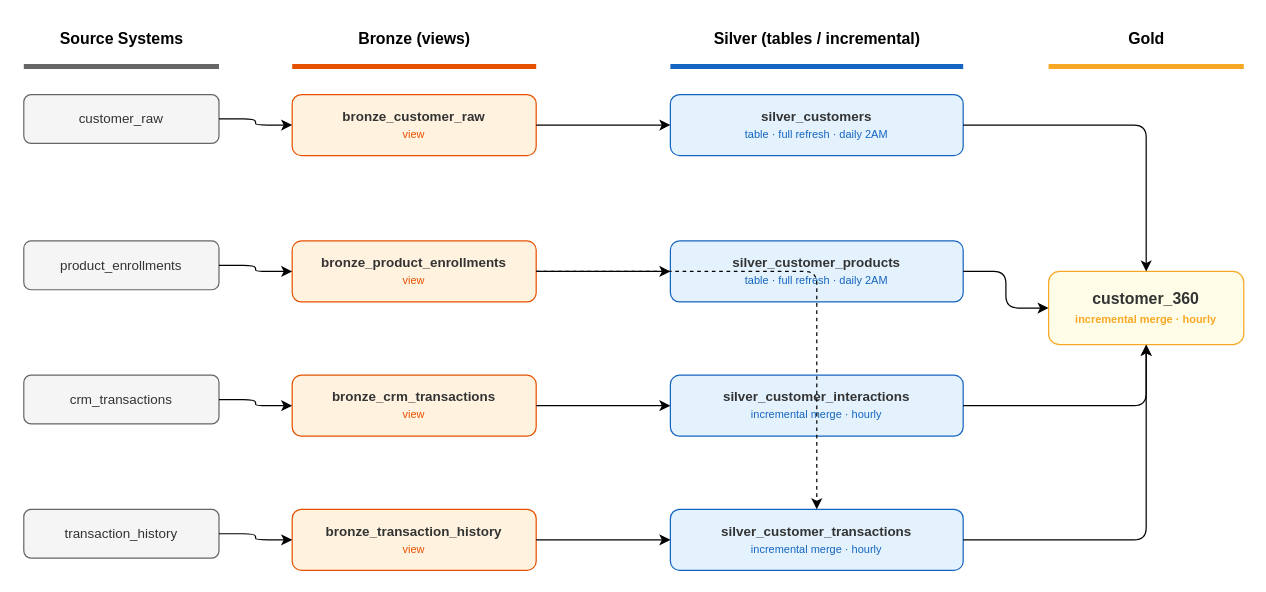
Before: docs/data_lineage.drawio in thanhbui221/tymex, a draw.io diagram. Source tidied: cells renumbered, new cells numbered last; positions are measured from the earlier drawing's top-left corner, leaving out a move shared by most shapes. Both pictures are drawn from the tidied source at 122%, with x=0, y=0 at pixel (23, 21).
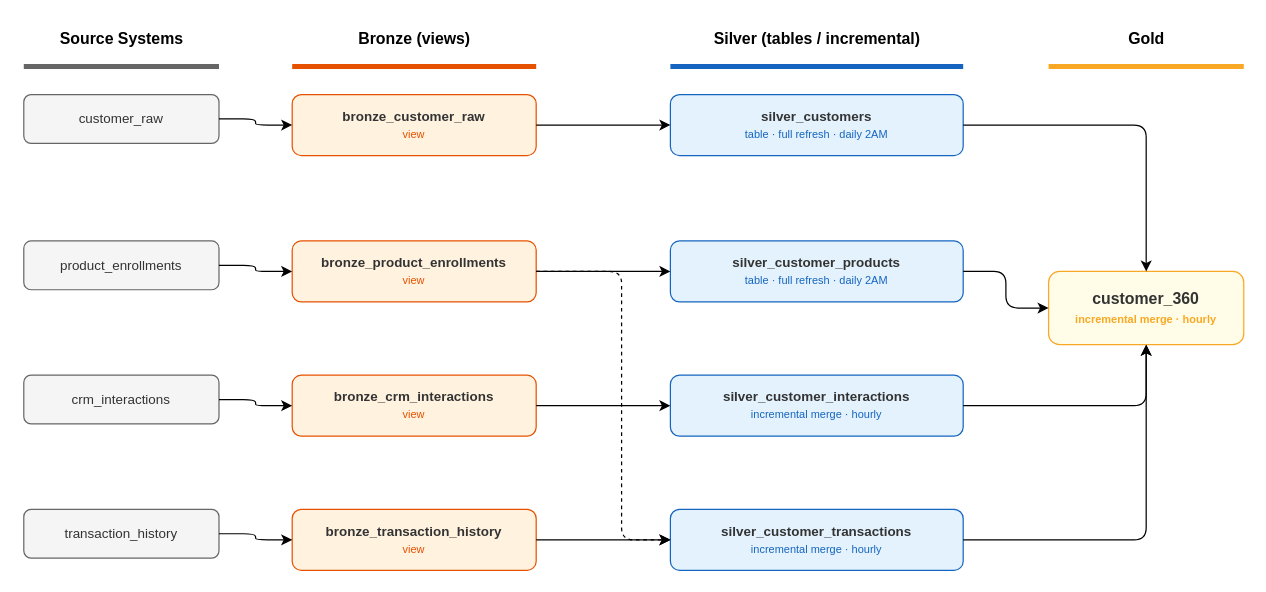
After the change.

The change refers to these unchanged cells:
```xml
<mxCell id="15" value="&lt;b&gt;bronze_product_enrollments&lt;/b&gt;&lt;br&gt;&lt;font style=&quot;font-size:9px;color:#e65100;&quot;&gt;view&lt;/font&gt;" style="rounded=1;whiteSpace=wrap;html=1;fillColor=#fff3e0;strokeColor=#e65100;fontColor=#333333;fontSize=11;" parent="1" vertex="1">
  <mxGeometry x="220" y="180" width="200" height="50" as="geometry" />
</mxCell>
<mxCell id="21" value="&lt;b&gt;silver_customer_transactions&lt;/b&gt;&lt;br&gt;&lt;font style=&quot;font-size:9px;color:#1565c0;&quot;&gt;incremental merge · hourly&lt;/font&gt;" style="rounded=1;whiteSpace=wrap;html=1;fillColor=#e3f2fd;strokeColor=#1565c0;fontColor=#333333;fontSize=11;" parent="1" vertex="1">
  <mxGeometry x="530" y="400" width="240" height="50" as="geometry" />
</mxCell>
```

The edit, as a diff of the source:
```diff
@@
-    <mxCell id="12" value="crm_transactions" style="rounded=1;whiteSpace=wrap;html=1;fillColor=#f5f5f5;strokeColor=#666666;fontColor=#333333;fontSize=11;" parent="1" vertex="1">
+    <mxCell id="12" value="crm_interactions" style="rounded=1;whiteSpace=wrap;html=1;fillColor=#f5f5f5;strokeColor=#666666;fontColor=#333333;fontSize=11;" parent="1" vertex="1">
       <mxGeometry y="290" width="160" height="40" as="geometry" />
     </mxCell>
@@
-    <mxCell id="16" value="&lt;b&gt;bronze_crm_transactions&lt;/b&gt;&lt;br&gt;&lt;font style=&quot;font-size:9px;color:#e65100;&quot;&gt;view&lt;/font&gt;" style="rounded=1;whiteSpace=wrap;html=1;fillColor=#fff3e0;strokeColor=#e65100;fontColor=#333333;fontSize=11;" parent="1" vertex="1">
+    <mxCell id="16" value="&lt;b&gt;bronze_crm_interactions&lt;/b&gt;&lt;br&gt;&lt;font style=&quot;font-size:9px;color:#e65100;&quot;&gt;view&lt;/font&gt;" style="rounded=1;whiteSpace=wrap;html=1;fillColor=#fff3e0;strokeColor=#e65100;fontColor=#333333;fontSize=11;" parent="1" vertex="1">
       <mxGeometry x="220" y="290" width="200" height="50" as="geometry" />
     </mxCell>
@@
     <mxCell id="31" style="edgeStyle=orthogonalEdgeStyle;html=1;dashed=1;" parent="1" edge="1" source="15" target="21">
-      <mxGeometry relative="1" as="geometry" />
+      <mxGeometry relative="1" as="geometry">
+        <Array as="points">
+          <mxPoint x="490" y="205" />
+          <mxPoint x="490" y="425" />
+        </Array>
+      </mxGeometry>
     </mxCell>
```
